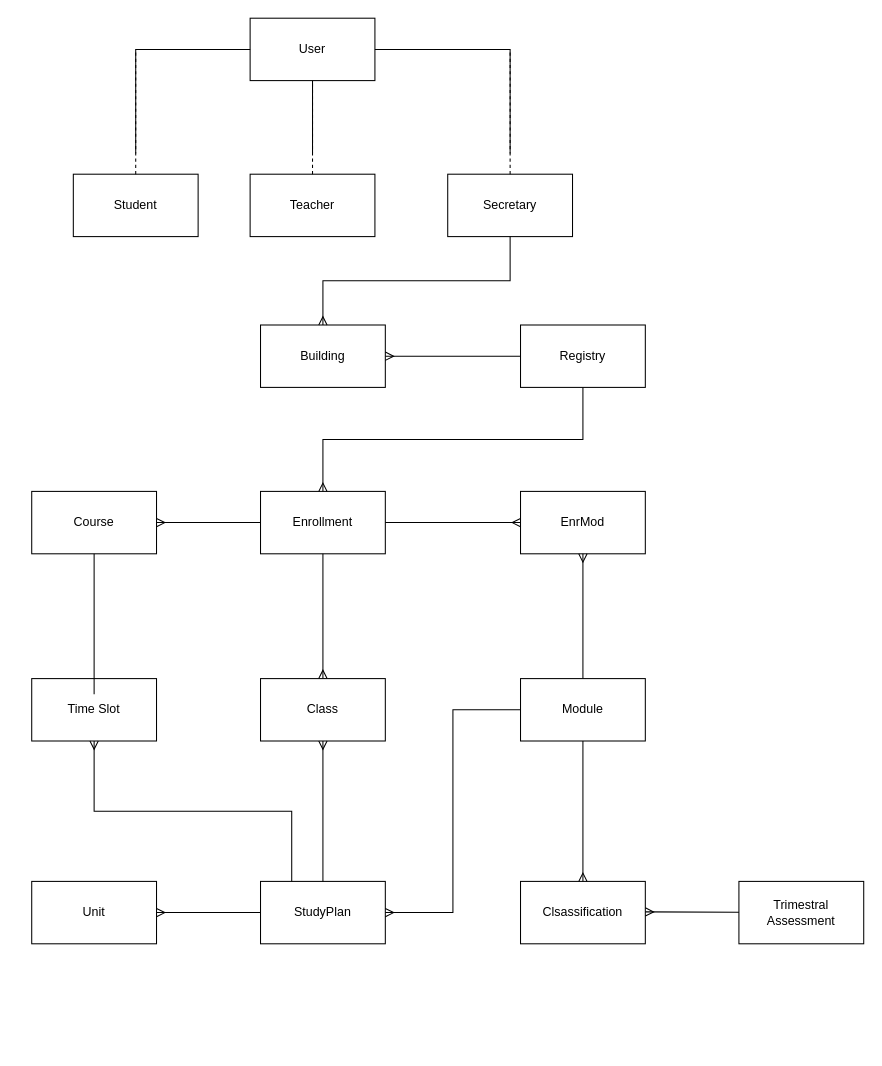
Earlier version of the draw.io diagram editables/entity-relationship.drawio (Joaquim-Claudio/Imptel-Online_P.D.S-2024-2025). Source tidied: cells renumbered, new cells numbered last; positions are measured from the earlier drawing's top-left corner, leaving out a move shared by most shapes. Both pictures are drawn from the tidied source at 104%, with x=0, y=0 at pixel (31, 18).
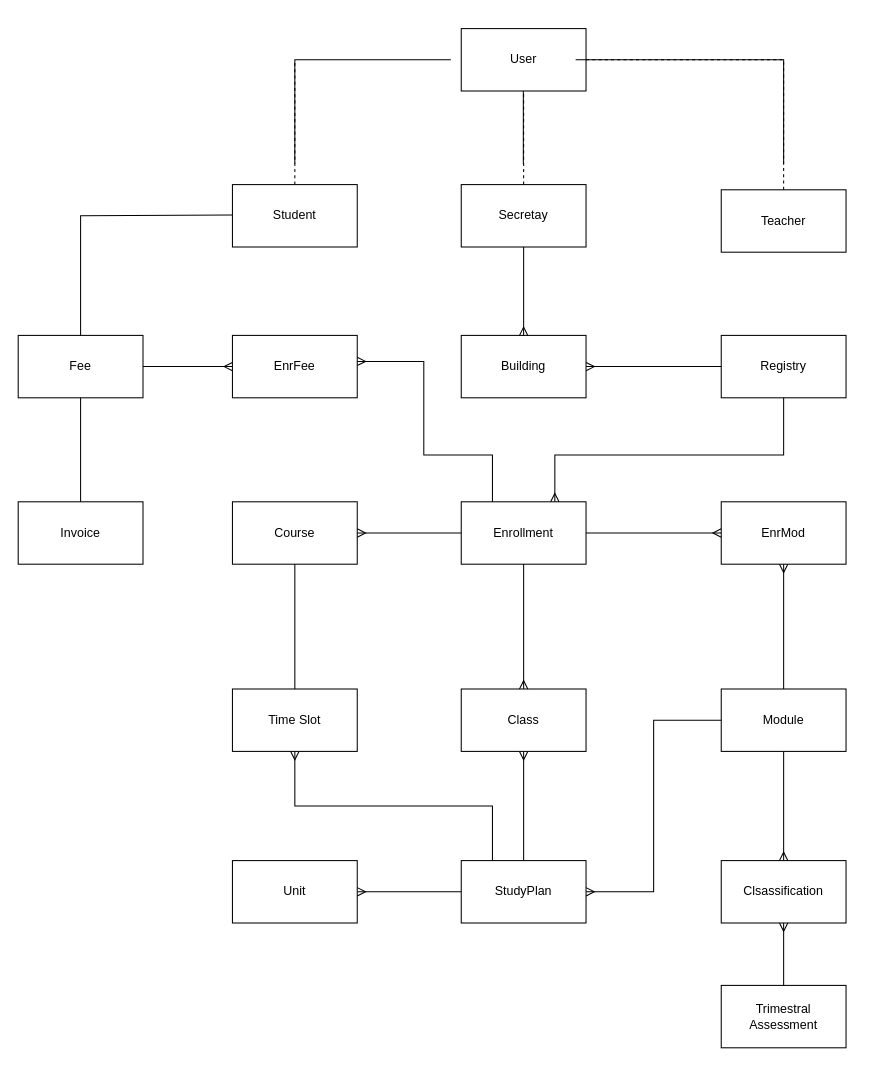
The same page after the edit.

What changed in the source:
```diff
@@
     <mxCell id="2" style="rounded=0;whiteSpace=wrap;html=1;" parent="1" vertex="1">
-      <mxGeometry x="210" width="120" height="60" as="geometry" />
+      <mxGeometry x="413" y="10" width="120" height="60" as="geometry" />
     </mxCell>
     <mxCell id="3" value="User" style="text;html=1;align=center;verticalAlign=middle;whiteSpace=wrap;rounded=0;" parent="1" vertex="1">
-      <mxGeometry x="240" y="15" width="60" height="30" as="geometry" />
+      <mxGeometry x="443" y="25" width="60" height="30" as="geometry" />
     </mxCell>
     <mxCell id="4" style="rounded=0;whiteSpace=wrap;html=1;" parent="1" vertex="1">
-      <mxGeometry x="40" y="150" width="120" height="60" as="geometry" />
+      <mxGeometry x="193" y="160" width="120" height="60" as="geometry" />
     </mxCell>
     <mxCell id="5" value="Student" style="text;html=1;align=center;verticalAlign=middle;whiteSpace=wrap;rounded=0;" parent="1" vertex="1">
-      <mxGeometry x="70" y="165" width="60" height="30" as="geometry" />
+      <mxGeometry x="223" y="175" width="60" height="30" as="geometry" />
     </mxCell>
     <mxCell id="6" style="rounded=0;whiteSpace=wrap;html=1;" parent="1" vertex="1">
-      <mxGeometry x="210" y="150" width="120" height="60" as="geometry" />
+      <mxGeometry x="413" y="160" width="120" height="60" as="geometry" />
     </mxCell>
-    <mxCell id="7" value="Teacher" style="text;html=1;align=center;verticalAlign=middle;whiteSpace=wrap;rounded=0;" parent="1" vertex="1">
-      <mxGeometry x="240" y="165" width="60" height="30" as="geometry" />
+    <mxCell id="7" value="Secretay" style="text;html=1;align=center;verticalAlign=middle;whiteSpace=wrap;rounded=0;" parent="1" vertex="1">
+      <mxGeometry x="443" y="175" width="60" height="30" as="geometry" />
     </mxCell>
     <mxCell id="8" style="rounded=0;whiteSpace=wrap;html=1;" parent="1" vertex="1">
-      <mxGeometry x="400" y="150" width="120" height="60" as="geometry" />
+      <mxGeometry x="663" y="165" width="120" height="60" as="geometry" />
     </mxCell>
-    <mxCell id="9" value="Secretary" style="text;html=1;align=center;verticalAlign=middle;whiteSpace=wrap;rounded=0;" parent="1" vertex="1">
-      <mxGeometry x="430" y="165" width="60" height="30" as="geometry" />
+    <mxCell id="9" value="Teacher" style="text;html=1;align=center;verticalAlign=middle;whiteSpace=wrap;rounded=0;" parent="1" vertex="1">
+      <mxGeometry x="693" y="180" width="60" height="30" as="geometry" />
     </mxCell>
     <mxCell id="10" style="rounded=0;whiteSpace=wrap;html=1;" parent="1" vertex="1">
-      <mxGeometry x="220" y="830" width="120" height="60" as="geometry" />
+      <mxGeometry x="413" y="810" width="120" height="60" as="geometry" />
     </mxCell>
     <mxCell id="11" value="StudyPlan" style="text;html=1;align=center;verticalAlign=middle;whiteSpace=wrap;rounded=0;" parent="1" vertex="1">
-      <mxGeometry x="250" y="845" width="60" height="30" as="geometry" />
+      <mxGeometry x="443" y="825" width="60" height="30" as="geometry" />
     </mxCell>
     <mxCell id="12" style="rounded=0;whiteSpace=wrap;html=1;" parent="1" vertex="1">
-      <mxGeometry x="220" y="455" width="120" height="60" as="geometry" />
+      <mxGeometry x="413" y="465" width="120" height="60" as="geometry" />
     </mxCell>
     <mxCell id="13" value="Enrollment" style="text;html=1;align=center;verticalAlign=middle;whiteSpace=wrap;rounded=0;" parent="1" vertex="1">
-      <mxGeometry x="250" y="470" width="60" height="30" as="geometry" />
+      <mxGeometry x="443" y="480" width="60" height="30" as="geometry" />
     </mxCell>
     <mxCell id="14" style="rounded=0;whiteSpace=wrap;html=1;" parent="1" vertex="1">
-      <mxGeometry x="220" y="635" width="120" height="60" as="geometry" />
+      <mxGeometry x="413" y="645" width="120" height="60" as="geometry" />
     </mxCell>
     <mxCell id="15" value="Class" style="text;html=1;align=center;verticalAlign=middle;whiteSpace=wrap;rounded=0;" parent="1" vertex="1">
-      <mxGeometry x="250" y="650" width="60" height="30" as="geometry" />
+      <mxGeometry x="443" y="660" width="60" height="30" as="geometry" />
     </mxCell>
     <mxCell id="16" style="rounded=0;whiteSpace=wrap;html=1;" parent="1" vertex="1">
-      <mxGeometry y="635" width="120" height="60" as="geometry" />
+      <mxGeometry x="193" y="645" width="120" height="60" as="geometry" />
     </mxCell>
-    <mxCell id="17" style="edgeStyle=orthogonalEdgeStyle;rounded=0;jettySize=auto;html=1;" parent="1" edge="1" source="18" target="26">
+    <mxCell id="17" style="edgeStyle=orthogonalEdgeStyle;rounded=0;jettySize=auto;html=1;exitX=0.5;exitY=0;exitDx=0;exitDy=0;" parent="1" edge="1" source="16" target="26">
       <mxGeometry relative="1" as="geometry" />
     </mxCell>
     <mxCell id="18" value="Time Slot" style="text;html=1;align=center;verticalAlign=middle;whiteSpace=wrap;rounded=0;" parent="1" vertex="1">
-      <mxGeometry x="30" y="650" width="60" height="30" as="geometry" />
+      <mxGeometry x="223" y="660" width="60" height="30" as="geometry" />
     </mxCell>
     <mxCell id="19" style="rounded=0;whiteSpace=wrap;html=1;" parent="1" vertex="1">
-      <mxGeometry x="680" y="830" width="120" height="60" as="geometry" />
+      <mxGeometry x="663" y="930" width="120" height="60" as="geometry" />
     </mxCell>
     <mxCell id="20" value="Trimestral&lt;div&gt;Assessment&lt;/div&gt;" style="text;html=1;align=center;verticalAlign=middle;whiteSpace=wrap;rounded=0;" parent="1" vertex="1">
-      <mxGeometry x="710" y="845" width="60" height="30" as="geometry" />
+      <mxGeometry x="693" y="945" width="60" height="30" as="geometry" />
     </mxCell>
     <mxCell id="21" style="rounded=0;whiteSpace=wrap;html=1;" parent="1" vertex="1">
-      <mxGeometry y="830" width="120" height="60" as="geometry" />
+      <mxGeometry x="193" y="810" width="120" height="60" as="geometry" />
     </mxCell>
     <mxCell id="22" value="Unit" style="text;html=1;align=center;verticalAlign=middle;whiteSpace=wrap;rounded=0;" parent="1" vertex="1">
-      <mxGeometry x="30" y="845" width="60" height="30" as="geometry" />
+      <mxGeometry x="223" y="825" width="60" height="30" as="geometry" />
     </mxCell>
     <mxCell id="23" style="rounded=0;whiteSpace=wrap;html=1;" parent="1" vertex="1">
-      <mxGeometry x="470" y="830" width="120" height="60" as="geometry" />
+      <mxGeometry x="663" y="810" width="120" height="60" as="geometry" />
     </mxCell>
     <mxCell id="24" value="Clsassification" style="text;html=1;align=center;verticalAlign=middle;whiteSpace=wrap;rounded=0;" parent="1" vertex="1">
-      <mxGeometry x="500" y="845" width="60" height="30" as="geometry" />
+      <mxGeometry x="693" y="825" width="60" height="30" as="geometry" />
     </mxCell>
     <mxCell id="25" style="rounded=0;whiteSpace=wrap;html=1;" parent="1" vertex="1">
-      <mxGeometry y="455" width="120" height="60" as="geometry" />
+      <mxGeometry x="193" y="465" width="120" height="60" as="geometry" />
     </mxCell>
     <mxCell id="26" value="Course" style="text;html=1;align=center;verticalAlign=middle;whiteSpace=wrap;rounded=0;" parent="1" vertex="1">
-      <mxGeometry x="30" y="470" width="60" height="30" as="geometry" />
+      <mxGeometry x="223" y="480" width="60" height="30" as="geometry" />
     </mxCell>
-    <mxCell id="27" style="endArrow=none;dashed=1;html=1;rounded=0;entryX=0;entryY=0.5;entryDx=0;entryDy=0;" parent="1" edge="1" source="4" target="2">
+    <mxCell id="27" style="endArrow=none;dashed=1;html=1;rounded=0;exitX=0.5;exitY=0;exitDx=0;exitDy=0;" parent="1" edge="1" source="4">
       <mxGeometry relative="1" as="geometry">
-        <Array as="points">
-          <mxPoint x="100" y="30" />
-        </Array>
+        <mxPoint x="253" y="40" as="targetPoint" />
       </mxGeometry>
     </mxCell>
@@
     <mxCell id="29" style="endArrow=none;dashed=1;html=1;rounded=0;exitX=0.5;exitY=0;exitDx=0;exitDy=0;entryX=1;entryY=0.5;entryDx=0;entryDy=0;" parent="1" edge="1" source="8" target="2">
       <mxGeometry relative="1" as="geometry">
         <Array as="points">
-          <mxPoint x="460" y="30" />
+          <mxPoint x="723" y="40" />
         </Array>
       </mxGeometry>
     </mxCell>
-    <mxCell id="30" style="endArrow=none;html=1;rounded=0;entryX=0;entryY=0.5;entryDx=0;entryDy=0;" parent="1" edge="1" target="2">
+    <mxCell id="30" style="endArrow=none;html=1;rounded=0;entryX=0;entryY=0.5;entryDx=0;entryDy=0;" parent="1" edge="1">
       <mxGeometry relative="1" as="geometry">
-        <mxPoint x="100" y="130" as="sourcePoint" />
+        <mxPoint x="253" y="140" as="sourcePoint" />
+        <mxPoint x="403" y="40" as="targetPoint" />
         <Array as="points">
-          <mxPoint x="100" y="30" />
+          <mxPoint x="253" y="40" />
         </Array>
       </mxGeometry>
     </mxCell>
     <mxCell id="31" style="endArrow=none;html=1;rounded=0;" parent="1" edge="1">
       <mxGeometry relative="1" as="geometry">
-        <mxPoint x="270" y="130" as="sourcePoint" />
-        <mxPoint x="270" y="60" as="targetPoint" />
+        <mxPoint x="472.7" y="140" as="sourcePoint" />
+        <mxPoint x="472.7" y="70" as="targetPoint" />
         <Array as="points">
-          <mxPoint x="270" y="110" />
+          <mxPoint x="472.7" y="120" />
         </Array>
       </mxGeometry>
     </mxCell>
     <mxCell id="32" style="endArrow=none;html=1;rounded=0;" parent="1" edge="1">
       <mxGeometry relative="1" as="geometry">
-        <mxPoint x="330" y="30" as="sourcePoint" />
-        <mxPoint x="460" y="130" as="targetPoint" />
+        <mxPoint x="523" y="40" as="sourcePoint" />
+        <mxPoint x="723" y="140" as="targetPoint" />
         <Array as="points">
-          <mxPoint x="460" y="30" />
+          <mxPoint x="723" y="40" />
         </Array>
       </mxGeometry>
     </mxCell>
@@
     <mxCell id="38" style="rounded=0;whiteSpace=wrap;html=1;" parent="1" vertex="1">
-      <mxGeometry x="470" y="295" width="120" height="60" as="geometry" />
+      <mxGeometry x="663" y="305" width="120" height="60" as="geometry" />
     </mxCell>
     <mxCell id="39" value="Registry" style="text;html=1;align=center;verticalAlign=middle;whiteSpace=wrap;rounded=0;" parent="1" vertex="1">
-      <mxGeometry x="500" y="310" width="60" height="30" as="geometry" />
+      <mxGeometry x="693" y="320" width="60" height="30" as="geometry" />
     </mxCell>
     <mxCell id="40" style="rounded=0;whiteSpace=wrap;html=1;" parent="1" vertex="1">
-      <mxGeometry x="220" y="295" width="120" height="60" as="geometry" />
+      <mxGeometry x="413" y="305" width="120" height="60" as="geometry" />
     </mxCell>
     <mxCell id="41" value="Building" style="text;html=1;align=center;verticalAlign=middle;whiteSpace=wrap;rounded=0;" parent="1" vertex="1">
-      <mxGeometry x="250" y="310" width="60" height="30" as="geometry" />
+      <mxGeometry x="443" y="320" width="60" height="30" as="geometry" />
     </mxCell>
-    <mxCell id="42" style="fontSize=12;html=1;endArrow=ERmany;rounded=0;entryX=0.5;entryY=0;entryDx=0;entryDy=0;exitX=0.5;exitY=1;exitDx=0;exitDy=0;edgeStyle=orthogonalEdgeStyle;" parent="1" edge="1" source="8" target="40">
+    <mxCell id="42" style="fontSize=12;html=1;endArrow=ERmany;rounded=0;entryX=0.5;entryY=0;entryDx=0;entryDy=0;exitX=0.5;exitY=1;exitDx=0;exitDy=0;edgeStyle=orthogonalEdgeStyle;" parent="1" edge="1" source="6" target="40">
       <mxGeometry relative="1" as="geometry" />
     </mxCell>
@@
-    <mxCell id="44" style="fontSize=12;html=1;endArrow=ERmany;rounded=0;entryX=0.5;entryY=0;entryDx=0;entryDy=0;exitX=0.5;exitY=1;exitDx=0;exitDy=0;edgeStyle=orthogonalEdgeStyle;" parent="1" edge="1" source="38" target="12">
-      <mxGeometry relative="1" as="geometry" />
+    <mxCell id="44" style="fontSize=12;html=1;endArrow=ERmany;rounded=0;entryX=0.75;entryY=0;entryDx=0;entryDy=0;exitX=0.5;exitY=1;exitDx=0;exitDy=0;edgeStyle=orthogonalEdgeStyle;" parent="1" edge="1" source="38" target="12">
+      <mxGeometry relative="1" as="geometry">
+        <Array as="points">
+          <mxPoint x="723" y="420" />
+          <mxPoint x="503" y="420" />
+        </Array>
+      </mxGeometry>
     </mxCell>
-    <mxCell id="45" style="fontSize=12;html=1;endArrow=ERmany;rounded=0;entryX=1;entryY=0.5;entryDx=0;entryDy=0;" parent="1" edge="1" source="19">
-      <mxGeometry relative="1" as="geometry">
-        <mxPoint x="590" y="859.3" as="targetPoint" />
-      </mxGeometry>
+    <mxCell id="45" style="fontSize=12;html=1;endArrow=ERmany;rounded=0;entryX=0.5;entryY=1;entryDx=0;entryDy=0;" parent="1" edge="1" source="19" target="23">
+      <mxGeometry relative="1" as="geometry" />
     </mxCell>
     <mxCell id="46" style="rounded=0;whiteSpace=wrap;html=1;" parent="1" vertex="1">
-      <mxGeometry x="470" y="635" width="120" height="60" as="geometry" />
+      <mxGeometry x="663" y="645" width="120" height="60" as="geometry" />
     </mxCell>
     <mxCell id="47" value="Module" style="text;html=1;align=center;verticalAlign=middle;whiteSpace=wrap;rounded=0;" parent="1" vertex="1">
-      <mxGeometry x="500" y="650" width="60" height="30" as="geometry" />
+      <mxGeometry x="693" y="660" width="60" height="30" as="geometry" />
     </mxCell>
     <mxCell id="48" style="rounded=0;whiteSpace=wrap;html=1;" parent="1" vertex="1">
-      <mxGeometry x="470" y="455" width="120" height="60" as="geometry" />
+      <mxGeometry x="663" y="465" width="120" height="60" as="geometry" />
     </mxCell>
     <mxCell id="49" value="EnrMod" style="text;html=1;align=center;verticalAlign=middle;whiteSpace=wrap;rounded=0;" parent="1" vertex="1">
-      <mxGeometry x="500" y="470" width="60" height="30" as="geometry" />
+      <mxGeometry x="693" y="480" width="60" height="30" as="geometry" />
     </mxCell>
@@
+    <mxCell id="54" style="rounded=0;whiteSpace=wrap;html=1;" parent="1" vertex="1">
+      <mxGeometry x="-13" y="305" width="120" height="60" as="geometry" />
+    </mxCell>
+    <mxCell id="55" value="Fee" style="text;html=1;align=center;verticalAlign=middle;whiteSpace=wrap;rounded=0;" parent="1" vertex="1">
+      <mxGeometry x="17" y="320" width="60" height="30" as="geometry" />
+    </mxCell>
+    <mxCell id="56" style="rounded=0;whiteSpace=wrap;html=1;" parent="1" vertex="1">
+      <mxGeometry x="193" y="305" width="120" height="60" as="geometry" />
+    </mxCell>
+    <mxCell id="57" value="EnrFee" style="text;html=1;align=center;verticalAlign=middle;whiteSpace=wrap;rounded=0;" parent="1" vertex="1">
+      <mxGeometry x="223" y="320" width="60" height="30" as="geometry" />
+    </mxCell>
+    <mxCell id="58" style="rounded=0;whiteSpace=wrap;html=1;" parent="1" vertex="1">
+      <mxGeometry x="-13" y="465" width="120" height="60" as="geometry" />
+    </mxCell>
+    <mxCell id="59" value="Invoice" style="text;html=1;align=center;verticalAlign=middle;whiteSpace=wrap;rounded=0;" parent="1" vertex="1">
+      <mxGeometry x="17" y="480" width="60" height="30" as="geometry" />
+    </mxCell>
+    <mxCell id="60" style="endArrow=none;html=1;rounded=0;entryX=0.5;entryY=1;entryDx=0;entryDy=0;exitX=0.5;exitY=0;exitDx=0;exitDy=0;" parent="1" edge="1" source="58" target="54">
+      <mxGeometry relative="1" as="geometry" />
+    </mxCell>
+    <mxCell id="61" style="fontSize=12;html=1;endArrow=ERmany;rounded=0;exitX=1;exitY=0.5;exitDx=0;exitDy=0;entryX=0;entryY=0.5;entryDx=0;entryDy=0;" parent="1" edge="1" source="54" target="56">
+      <mxGeometry relative="1" as="geometry" />
+    </mxCell>
+    <mxCell id="62" style="fontSize=12;html=1;endArrow=ERmany;rounded=0;elbow=vertical;exitX=0.25;exitY=0;exitDx=0;exitDy=0;" parent="1" edge="1" source="12">
+      <mxGeometry relative="1" as="geometry">
+        <mxPoint x="313" y="330" as="targetPoint" />
+        <Array as="points">
+          <mxPoint x="443" y="420" />
+          <mxPoint x="377" y="420" />
+          <mxPoint x="377" y="330" />
+        </Array>
+      </mxGeometry>
+    </mxCell>
+    <mxCell id="63" style="endArrow=none;html=1;rounded=0;exitX=0.5;exitY=0;exitDx=0;exitDy=0;" parent="1" edge="1" source="54">
+      <mxGeometry relative="1" as="geometry">
+        <mxPoint x="193" y="189.3" as="targetPoint" />
+        <Array as="points">
+          <mxPoint x="47" y="190" />
+        </Array>
+      </mxGeometry>
+    </mxCell>
```
